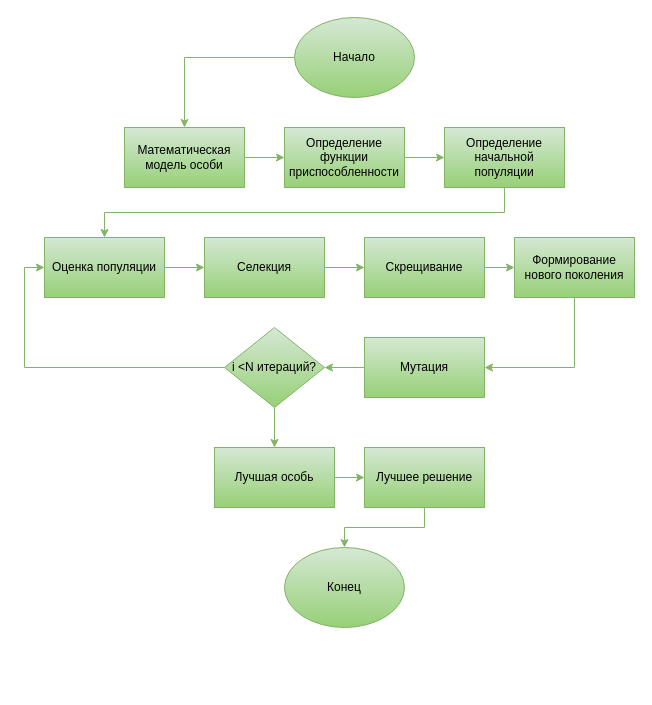
OPyshkin/genetic_algorithm_practice keeps this draw.io diagram as science/genetic (1).drawio. Above is the earlier version. Source tidied: cells renumbered, new cells numbered last; positions are measured from the earlier drawing's top-left corner, leaving out a move shared by most shapes. Both pictures are drawn from the tidied source at 100%, with x=0, y=0 at pixel (44, 17).
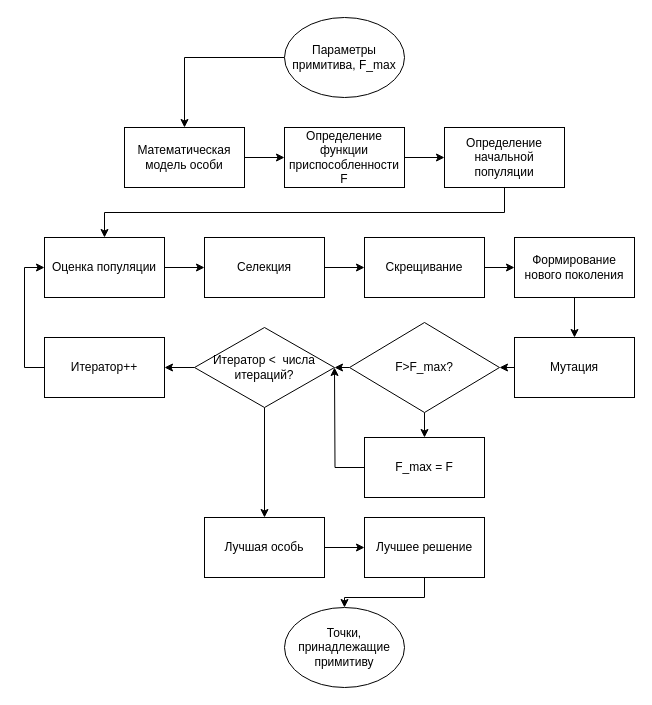
The same diagram, later.

The edit, as a diff of the source:
```diff
@@
-    <mxCell id="2" style="edgeStyle=orthogonalEdgeStyle;rounded=0;jettySize=auto;html=1;exitX=1;exitY=0.5;exitDx=0;exitDy=0;entryX=0;entryY=0.5;entryDx=0;entryDy=0;gradientColor=#97d077;fillColor=#d5e8d4;strokeColor=#82b366;" parent="1" edge="1" source="3" target="11">
+    <mxCell id="2" style="edgeStyle=orthogonalEdgeStyle;rounded=0;jettySize=auto;html=1;exitX=1;exitY=0.5;exitDx=0;exitDy=0;entryX=0;entryY=0.5;entryDx=0;entryDy=0;" parent="1" edge="1" source="3" target="11">
       <mxGeometry relative="1" as="geometry" />
     </mxCell>
-    <mxCell id="3" value="Математическая модель особи" style="rounded=0;whiteSpace=wrap;html=1;gradientColor=#97d077;fillColor=#d5e8d4;strokeColor=#82b366;" parent="1" vertex="1">
+    <mxCell id="3" value="Математическая модель особи" style="rounded=0;whiteSpace=wrap;html=1;" parent="1" vertex="1">
       <mxGeometry x="80" y="110" width="120" height="60" as="geometry" />
     </mxCell>
-    <mxCell id="4" style="edgeStyle=orthogonalEdgeStyle;rounded=0;jettySize=auto;html=1;exitX=1;exitY=0.5;exitDx=0;exitDy=0;entryX=0;entryY=0.5;entryDx=0;entryDy=0;gradientColor=#97d077;fillColor=#d5e8d4;strokeColor=#82b366;" parent="1" edge="1" source="5" target="7">
+    <mxCell id="4" style="edgeStyle=orthogonalEdgeStyle;rounded=0;jettySize=auto;html=1;exitX=1;exitY=0.5;exitDx=0;exitDy=0;entryX=0;entryY=0.5;entryDx=0;entryDy=0;" parent="1" edge="1" source="5" target="7">
       <mxGeometry relative="1" as="geometry" />
     </mxCell>
-    <mxCell id="5" value="Оценка популяции" style="rounded=0;whiteSpace=wrap;html=1;gradientColor=#97d077;fillColor=#d5e8d4;strokeColor=#82b366;" parent="1" vertex="1">
+    <mxCell id="5" value="Оценка популяции" style="rounded=0;whiteSpace=wrap;html=1;" parent="1" vertex="1">
       <mxGeometry y="220" width="120" height="60" as="geometry" />
     </mxCell>
-    <mxCell id="6" style="edgeStyle=orthogonalEdgeStyle;rounded=0;jettySize=auto;html=1;exitX=1;exitY=0.5;exitDx=0;exitDy=0;entryX=0;entryY=0.5;entryDx=0;entryDy=0;gradientColor=#97d077;fillColor=#d5e8d4;strokeColor=#82b366;" parent="1" edge="1" source="7" target="13">
+    <mxCell id="6" style="edgeStyle=orthogonalEdgeStyle;rounded=0;jettySize=auto;html=1;exitX=1;exitY=0.5;exitDx=0;exitDy=0;entryX=0;entryY=0.5;entryDx=0;entryDy=0;" parent="1" edge="1" source="7" target="13">
       <mxGeometry relative="1" as="geometry" />
     </mxCell>
-    <mxCell id="7" value="Селекция" style="rounded=0;whiteSpace=wrap;html=1;gradientColor=#97d077;fillColor=#d5e8d4;strokeColor=#82b366;" parent="1" vertex="1">
+    <mxCell id="7" value="Селекция" style="rounded=0;whiteSpace=wrap;html=1;" parent="1" vertex="1">
       <mxGeometry x="160" y="220" width="120" height="60" as="geometry" />
     </mxCell>
-    <mxCell id="8" style="edgeStyle=orthogonalEdgeStyle;rounded=0;jettySize=auto;html=1;exitX=0.5;exitY=1;exitDx=0;exitDy=0;gradientColor=#97d077;fillColor=#d5e8d4;strokeColor=#82b366;" parent="1" edge="1" source="9" target="5">
+    <mxCell id="8" style="edgeStyle=orthogonalEdgeStyle;rounded=0;jettySize=auto;html=1;exitX=0.5;exitY=1;exitDx=0;exitDy=0;" parent="1" edge="1" source="9" target="5">
       <mxGeometry relative="1" as="geometry" />
     </mxCell>
-    <mxCell id="9" value="Определение начальной популяции" style="rounded=0;whiteSpace=wrap;html=1;gradientColor=#97d077;fillColor=#d5e8d4;strokeColor=#82b366;" parent="1" vertex="1">
+    <mxCell id="9" value="Определение начальной популяции" style="rounded=0;whiteSpace=wrap;html=1;" parent="1" vertex="1">
       <mxGeometry x="400" y="110" width="120" height="60" as="geometry" />
     </mxCell>
-    <mxCell id="10" style="edgeStyle=orthogonalEdgeStyle;rounded=0;jettySize=auto;html=1;exitX=1;exitY=0.5;exitDx=0;exitDy=0;entryX=0;entryY=0.5;entryDx=0;entryDy=0;gradientColor=#97d077;fillColor=#d5e8d4;strokeColor=#82b366;" parent="1" edge="1" source="11" target="9">
+    <mxCell id="10" style="edgeStyle=orthogonalEdgeStyle;rounded=0;jettySize=auto;html=1;exitX=1;exitY=0.5;exitDx=0;exitDy=0;entryX=0;entryY=0.5;entryDx=0;entryDy=0;" parent="1" edge="1" source="11" target="9">
       <mxGeometry relative="1" as="geometry" />
     </mxCell>
-    <mxCell id="11" value="Определение функции приспособленности" style="rounded=0;whiteSpace=wrap;html=1;gradientColor=#97d077;fillColor=#d5e8d4;strokeColor=#82b366;" parent="1" vertex="1">
+    <mxCell id="11" value="Определение функции приспособленности F" style="rounded=0;whiteSpace=wrap;html=1;" parent="1" vertex="1">
       <mxGeometry x="240" y="110" width="120" height="60" as="geometry" />
     </mxCell>
-    <mxCell id="12" style="edgeStyle=orthogonalEdgeStyle;rounded=0;jettySize=auto;html=1;exitX=1;exitY=0.5;exitDx=0;exitDy=0;gradientColor=#97d077;fillColor=#d5e8d4;strokeColor=#82b366;" parent="1" edge="1" source="13" target="15">
+    <mxCell id="12" style="edgeStyle=orthogonalEdgeStyle;rounded=0;jettySize=auto;html=1;exitX=1;exitY=0.5;exitDx=0;exitDy=0;" parent="1" edge="1" source="13" target="15">
       <mxGeometry relative="1" as="geometry" />
     </mxCell>
-    <mxCell id="13" value="Скрещивание" style="rounded=0;whiteSpace=wrap;html=1;gradientColor=#97d077;fillColor=#d5e8d4;strokeColor=#82b366;" parent="1" vertex="1">
+    <mxCell id="13" value="Скрещивание" style="rounded=0;whiteSpace=wrap;html=1;" parent="1" vertex="1">
       <mxGeometry x="320" y="220" width="120" height="60" as="geometry" />
     </mxCell>
-    <mxCell id="14" style="edgeStyle=orthogonalEdgeStyle;rounded=0;jettySize=auto;html=1;exitX=0.5;exitY=1;exitDx=0;exitDy=0;entryX=1;entryY=0.5;entryDx=0;entryDy=0;gradientColor=#97d077;fillColor=#d5e8d4;strokeColor=#82b366;" parent="1" edge="1" source="15" target="17">
+    <mxCell id="14" style="edgeStyle=orthogonalEdgeStyle;rounded=0;jettySize=auto;html=1;exitX=0.5;exitY=1;exitDx=0;exitDy=0;entryX=0.5;entryY=0;entryDx=0;entryDy=0;" parent="1" edge="1" source="15" target="17">
       <mxGeometry relative="1" as="geometry" />
     </mxCell>
-    <mxCell id="15" value="Формирование нового поколения" style="rounded=0;whiteSpace=wrap;html=1;gradientColor=#97d077;fillColor=#d5e8d4;strokeColor=#82b366;" parent="1" vertex="1">
+    <mxCell id="15" value="Формирование нового поколения" style="rounded=0;whiteSpace=wrap;html=1;" parent="1" vertex="1">
       <mxGeometry x="470" y="220" width="120" height="60" as="geometry" />
     </mxCell>
-    <mxCell id="16" style="edgeStyle=orthogonalEdgeStyle;rounded=0;jettySize=auto;html=1;exitX=0;exitY=0.5;exitDx=0;exitDy=0;gradientColor=#97d077;fillColor=#d5e8d4;strokeColor=#82b366;" parent="1" edge="1" source="17" target="20">
-      <mxGeometry relative="1" as="geometry" />
-    </mxCell>
+    <mxCell id="28" style="edgeStyle=orthogonalEdgeStyle;rounded=0;jettySize=auto;html=1;exitX=0;exitY=0.5;exitDx=0;exitDy=0;entryX=1;entryY=0.5;entryDx=0;entryDy=0;" parent="1" edge="1" source="17" target="34">
+      <mxGeometry relative="1" as="geometry" />
+    </mxCell>
-    <mxCell id="17" value="Мутация" style="rounded=0;whiteSpace=wrap;html=1;gradientColor=#97d077;fillColor=#d5e8d4;strokeColor=#82b366;" parent="1" vertex="1">
-      <mxGeometry x="320" y="320" width="120" height="60" as="geometry" />
+    <mxCell id="17" value="Мутация" style="rounded=0;whiteSpace=wrap;html=1;" parent="1" vertex="1">
+      <mxGeometry x="470" y="320" width="120" height="60" as="geometry" />
     </mxCell>
-    <mxCell id="18" style="edgeStyle=orthogonalEdgeStyle;rounded=0;jettySize=auto;html=1;exitX=0;exitY=0.5;exitDx=0;exitDy=0;entryX=0;entryY=0.5;entryDx=0;entryDy=0;gradientColor=#97d077;fillColor=#d5e8d4;strokeColor=#82b366;" parent="1" edge="1" source="20" target="5">
-      <mxGeometry relative="1" as="geometry" />
-    </mxCell>
-    <mxCell id="19" style="edgeStyle=orthogonalEdgeStyle;rounded=0;jettySize=auto;html=1;exitX=0.5;exitY=1;exitDx=0;exitDy=0;entryX=0.5;entryY=0;entryDx=0;entryDy=0;gradientColor=#97d077;fillColor=#d5e8d4;strokeColor=#82b366;" parent="1" edge="1" source="20" target="22">
+    <mxCell id="19" style="edgeStyle=orthogonalEdgeStyle;rounded=0;jettySize=auto;html=1;exitX=0.5;exitY=1;exitDx=0;exitDy=0;entryX=0.5;entryY=0;entryDx=0;entryDy=0;" parent="1" edge="1" source="20" target="22">
       <mxGeometry relative="1" as="geometry" />
     </mxCell>
+    <mxCell id="29" style="edgeStyle=orthogonalEdgeStyle;rounded=0;jettySize=auto;html=1;exitX=0;exitY=0.5;exitDx=0;exitDy=0;entryX=1;entryY=0.5;entryDx=0;entryDy=0;" parent="1" edge="1" source="20" target="31">
+      <mxGeometry relative="1" as="geometry" />
+    </mxCell>
-    <mxCell id="20" value="i &amp;lt;N итераций?" style="rhombus;whiteSpace=wrap;html=1;gradientColor=#97d077;fillColor=#d5e8d4;strokeColor=#82b366;" parent="1" vertex="1">
-      <mxGeometry x="180" y="310" width="100" height="80" as="geometry" />
+    <mxCell id="20" value="Итератор &amp;lt;&amp;nbsp; числа итераций?" style="rhombus;whiteSpace=wrap;html=1;" parent="1" vertex="1">
+      <mxGeometry x="150" y="310" width="140" height="80" as="geometry" />
     </mxCell>
-    <mxCell id="21" style="edgeStyle=orthogonalEdgeStyle;rounded=0;jettySize=auto;html=1;exitX=1;exitY=0.5;exitDx=0;exitDy=0;gradientColor=#97d077;fillColor=#d5e8d4;strokeColor=#82b366;" parent="1" edge="1" source="22" target="24">
+    <mxCell id="21" style="edgeStyle=orthogonalEdgeStyle;rounded=0;jettySize=auto;html=1;exitX=1;exitY=0.5;exitDx=0;exitDy=0;entryX=0;entryY=0.5;entryDx=0;entryDy=0;" parent="1" edge="1" source="22" target="24">
       <mxGeometry relative="1" as="geometry" />
     </mxCell>
-    <mxCell id="22" value="Лучшая особь" style="rounded=0;whiteSpace=wrap;html=1;gradientColor=#97d077;fillColor=#d5e8d4;strokeColor=#82b366;" parent="1" vertex="1">
-      <mxGeometry x="170" y="430" width="120" height="60" as="geometry" />
+    <mxCell id="22" value="Лучшая особь" style="rounded=0;whiteSpace=wrap;html=1;" parent="1" vertex="1">
+      <mxGeometry x="160" y="500" width="120" height="60" as="geometry" />
     </mxCell>
-    <mxCell id="23" style="edgeStyle=orthogonalEdgeStyle;rounded=0;jettySize=auto;html=1;exitX=0.5;exitY=1;exitDx=0;exitDy=0;entryX=0.5;entryY=0;entryDx=0;entryDy=0;gradientColor=#97d077;fillColor=#d5e8d4;strokeColor=#82b366;" parent="1" edge="1" source="24" target="27">
+    <mxCell id="23" style="edgeStyle=orthogonalEdgeStyle;rounded=0;jettySize=auto;html=1;exitX=0.5;exitY=1;exitDx=0;exitDy=0;entryX=0.5;entryY=0;entryDx=0;entryDy=0;" parent="1" edge="1" source="24" target="27">
       <mxGeometry relative="1" as="geometry" />
     </mxCell>
-    <mxCell id="24" value="Лучшее решение" style="rounded=0;whiteSpace=wrap;html=1;gradientColor=#97d077;fillColor=#d5e8d4;strokeColor=#82b366;" parent="1" vertex="1">
-      <mxGeometry x="320" y="430" width="120" height="60" as="geometry" />
+    <mxCell id="24" value="Лучшее решение" style="rounded=0;whiteSpace=wrap;html=1;" parent="1" vertex="1">
+      <mxGeometry x="320" y="500" width="120" height="60" as="geometry" />
     </mxCell>
-    <mxCell id="25" style="edgeStyle=orthogonalEdgeStyle;rounded=0;jettySize=auto;html=1;exitX=0;exitY=0.5;exitDx=0;exitDy=0;entryX=0.5;entryY=0;entryDx=0;entryDy=0;gradientColor=#97d077;fillColor=#d5e8d4;strokeColor=#82b366;" parent="1" edge="1" source="26" target="3">
+    <mxCell id="25" style="edgeStyle=orthogonalEdgeStyle;rounded=0;jettySize=auto;html=1;exitX=0;exitY=0.5;exitDx=0;exitDy=0;entryX=0.5;entryY=0;entryDx=0;entryDy=0;" parent="1" edge="1" source="26" target="3">
       <mxGeometry relative="1" as="geometry" />
     </mxCell>
-    <mxCell id="26" value="Начало" style="ellipse;whiteSpace=wrap;html=1;gradientColor=#97d077;fillColor=#d5e8d4;strokeColor=#82b366;" parent="1" vertex="1">
-      <mxGeometry x="250" width="120" height="80" as="geometry" />
+    <mxCell id="26" value="Параметры примитива, F_max" style="ellipse;whiteSpace=wrap;html=1;" parent="1" vertex="1">
+      <mxGeometry x="240" width="120" height="80" as="geometry" />
     </mxCell>
-    <mxCell id="27" value="Конец" style="ellipse;whiteSpace=wrap;html=1;gradientColor=#97d077;fillColor=#d5e8d4;strokeColor=#82b366;" parent="1" vertex="1">
-      <mxGeometry x="240" y="530" width="120" height="80" as="geometry" />
+    <mxCell id="27" value="Точки, принадлежащие примитиву" style="ellipse;whiteSpace=wrap;html=1;" parent="1" vertex="1">
+      <mxGeometry x="240" y="590" width="120" height="80" as="geometry" />
     </mxCell>
+    <mxCell id="30" style="edgeStyle=orthogonalEdgeStyle;rounded=0;jettySize=auto;html=1;exitX=0;exitY=0.5;exitDx=0;exitDy=0;entryX=0;entryY=0.5;entryDx=0;entryDy=0;" parent="1" edge="1" source="31" target="5">
+      <mxGeometry relative="1" as="geometry" />
+    </mxCell>
+    <mxCell id="31" value="Итератор++" style="rounded=0;whiteSpace=wrap;html=1;" parent="1" vertex="1">
+      <mxGeometry y="320" width="120" height="60" as="geometry" />
+    </mxCell>
+    <mxCell id="32" style="edgeStyle=orthogonalEdgeStyle;rounded=0;jettySize=auto;html=1;exitX=0;exitY=0.5;exitDx=0;exitDy=0;entryX=1;entryY=0.5;entryDx=0;entryDy=0;" parent="1" edge="1" source="34" target="20">
+      <mxGeometry relative="1" as="geometry" />
+    </mxCell>
+    <mxCell id="33" style="edgeStyle=orthogonalEdgeStyle;rounded=0;jettySize=auto;html=1;exitX=0.5;exitY=1;exitDx=0;exitDy=0;entryX=0.5;entryY=0;entryDx=0;entryDy=0;" parent="1" edge="1" source="34" target="36">
+      <mxGeometry relative="1" as="geometry" />
+    </mxCell>
+    <mxCell id="34" value="F&amp;gt;F_max?" style="rhombus;whiteSpace=wrap;html=1;" parent="1" vertex="1">
+      <mxGeometry x="305" y="305" width="150" height="90" as="geometry" />
+    </mxCell>
+    <mxCell id="35" style="edgeStyle=orthogonalEdgeStyle;rounded=0;jettySize=auto;html=1;exitX=0;exitY=0.5;exitDx=0;exitDy=0;" parent="1" edge="1" source="36">
+      <mxGeometry relative="1" as="geometry">
+        <mxPoint x="290" y="350" as="targetPoint" />
+      </mxGeometry>
+    </mxCell>
+    <mxCell id="36" value="F_max = F" style="rounded=0;whiteSpace=wrap;html=1;" parent="1" vertex="1">
+      <mxGeometry x="320" y="420" width="120" height="60" as="geometry" />
+    </mxCell>
```
